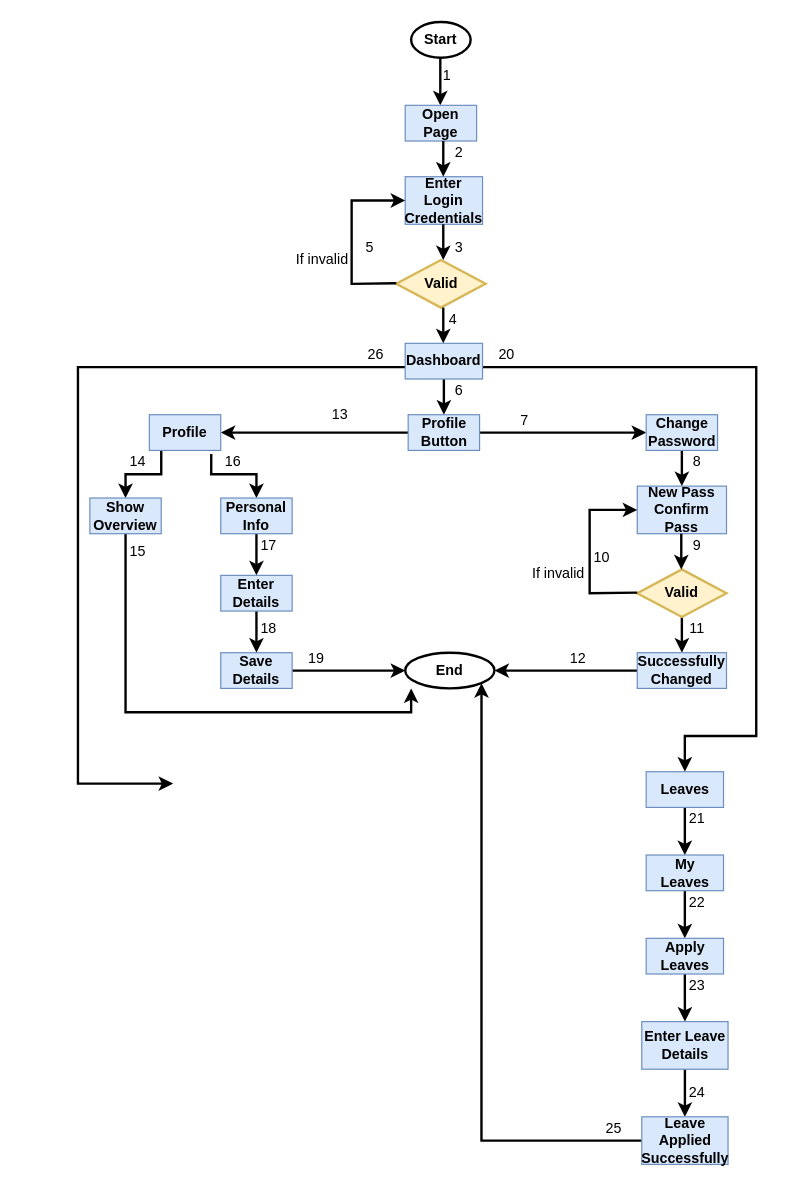
Before: Flowchart.drawio in RoohUllah993/Final-project, a draw.io diagram. Source tidied: cells renumbered, new cells numbered last; positions are measured from the earlier drawing's top-left corner, leaving out a move shared by most shapes. Both pictures are drawn from the tidied source at 119%, with x=0, y=0 at pixel (77, 21).
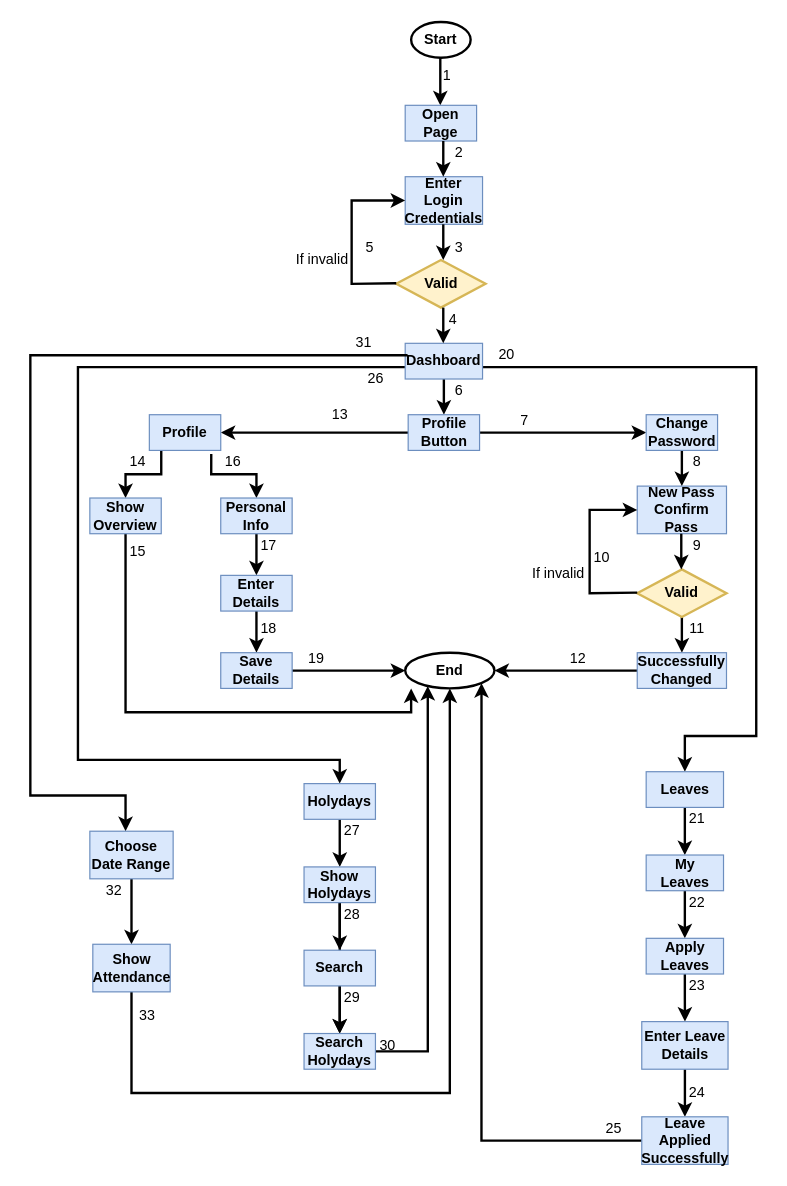
After the change.

The change refers to these unchanged cells:
```xml
<mxCell id="10" value="&lt;b&gt;Dashboard&lt;br&gt;&lt;/b&gt;" style="rounded=0;whiteSpace=wrap;html=1;fillColor=#dae8fc;strokeColor=#6c8ebf;" parent="1" vertex="1">
  <mxGeometry x="275" y="270" width="65" height="30" as="geometry" />
</mxCell>
<mxCell id="46" value="&lt;b&gt;End&lt;/b&gt;" style="strokeWidth=2;html=1;shape=mxgraph.flowchart.start_1;whiteSpace=wrap;" parent="1" vertex="1">
  <mxGeometry x="275" y="530" width="75" height="30" as="geometry" />
</mxCell>
```

What changed in the source:
```diff
@@
     <mxCell id="9" style="edgeStyle=orthogonalEdgeStyle;rounded=0;jettySize=auto;html=1;strokeWidth=2;" parent="1" edge="1" source="10">
       <mxGeometry relative="1" as="geometry">
-        <mxPoint x="80" y="640" as="targetPoint" />
+        <mxPoint x="220" y="640" as="targetPoint" />
         <Array as="points">
           <mxPoint y="290" />
+          <mxPoint y="620" />
+          <mxPoint x="220" y="620" />
         </Array>
       </mxGeometry>
     </mxCell>
@@
+    <mxCell id="77" style="edgeStyle=orthogonalEdgeStyle;rounded=0;jettySize=auto;html=1;strokeWidth=2;exitX=1.15;exitY=-0.133;exitDx=0;exitDy=0;exitPerimeter=0;" parent="1" edge="1" source="76">
+      <mxGeometry relative="1" as="geometry">
+        <mxPoint x="40" y="680" as="targetPoint" />
+        <Array as="points">
+          <mxPoint x="276" y="280" />
+          <mxPoint x="-40" y="280" />
+          <mxPoint x="-40" y="650" />
+          <mxPoint x="40" y="650" />
+        </Array>
+      </mxGeometry>
+    </mxCell>
     <mxCell id="76" value="26" style="text;html=1;align=center;verticalAlign=middle;points=[];strokeColor=none;fillColor=none;" parent="1" vertex="1">
-      <mxGeometry x="230" y="265" width="40" height="30" as="geometry" />
+      <mxGeometry x="230" y="285" width="40" height="30" as="geometry" />
     </mxCell>
+    <mxCell id="78" style="edgeStyle=orthogonalEdgeStyle;rounded=0;jettySize=auto;html=1;strokeWidth=2;" parent="1" edge="1" source="79" target="82">
+      <mxGeometry relative="1" as="geometry" />
+    </mxCell>
+    <mxCell id="79" value="&lt;b&gt;Holydays&lt;br&gt;&lt;/b&gt;" style="rounded=0;whiteSpace=wrap;html=1;fillColor=#dae8fc;strokeColor=#6c8ebf;" parent="1" vertex="1">
+      <mxGeometry x="190" y="640" width="60" height="30" as="geometry" />
+    </mxCell>
+    <mxCell id="80" style="edgeStyle=orthogonalEdgeStyle;rounded=0;jettySize=auto;html=1;strokeWidth=2;" parent="1" edge="1" source="82" target="84">
+      <mxGeometry relative="1" as="geometry" />
+    </mxCell>
+    <mxCell id="81" style="edgeStyle=orthogonalEdgeStyle;rounded=0;jettySize=auto;html=1;strokeWidth=2;" parent="1" edge="1" source="82" target="86">
+      <mxGeometry relative="1" as="geometry" />
+    </mxCell>
+    <mxCell id="82" value="&lt;b&gt;Show&lt;br&gt;Holydays&lt;br&gt;&lt;/b&gt;" style="rounded=0;whiteSpace=wrap;html=1;fillColor=#dae8fc;strokeColor=#6c8ebf;" parent="1" vertex="1">
+      <mxGeometry x="190" y="710" width="60" height="30" as="geometry" />
+    </mxCell>
+    <mxCell id="83" style="edgeStyle=orthogonalEdgeStyle;rounded=0;jettySize=auto;html=1;strokeWidth=2;" parent="1" edge="1" source="84" target="86">
+      <mxGeometry relative="1" as="geometry" />
+    </mxCell>
+    <mxCell id="84" value="&lt;b&gt;Search&lt;br&gt;&lt;/b&gt;" style="rounded=0;whiteSpace=wrap;html=1;fillColor=#dae8fc;strokeColor=#6c8ebf;" parent="1" vertex="1">
+      <mxGeometry x="190" y="780" width="60" height="30" as="geometry" />
+    </mxCell>
+    <mxCell id="85" style="edgeStyle=orthogonalEdgeStyle;rounded=0;jettySize=auto;html=1;strokeWidth=2;entryX=0.253;entryY=0.933;entryDx=0;entryDy=0;entryPerimeter=0;" parent="1" edge="1" source="86" target="46">
+      <mxGeometry relative="1" as="geometry" />
+    </mxCell>
+    <mxCell id="86" value="&lt;b&gt;Search&lt;br&gt;Holydays&lt;br&gt;&lt;/b&gt;" style="rounded=0;whiteSpace=wrap;html=1;fillColor=#dae8fc;strokeColor=#6c8ebf;" parent="1" vertex="1">
+      <mxGeometry x="190" y="850" width="60" height="30" as="geometry" />
+    </mxCell>
+    <mxCell id="87" value="27" style="text;html=1;align=center;verticalAlign=middle;strokeColor=none;fillColor=none;" parent="1" vertex="1">
+      <mxGeometry x="210" y="665" width="40" height="30" as="geometry" />
+    </mxCell>
+    <mxCell id="88" value="28" style="text;html=1;align=center;verticalAlign=middle;strokeColor=none;fillColor=none;" parent="1" vertex="1">
+      <mxGeometry x="210" y="735" width="40" height="30" as="geometry" />
+    </mxCell>
+    <mxCell id="89" value="29" style="text;html=1;align=center;verticalAlign=middle;strokeColor=none;fillColor=none;" parent="1" vertex="1">
+      <mxGeometry x="210" y="805" width="40" height="30" as="geometry" />
+    </mxCell>
+    <mxCell id="90" value="30" style="text;html=1;align=center;verticalAlign=middle;strokeColor=none;fillColor=none;" parent="1" vertex="1">
+      <mxGeometry x="240" y="845" width="40" height="30" as="geometry" />
+    </mxCell>
+    <mxCell id="91" style="edgeStyle=orthogonalEdgeStyle;rounded=0;jettySize=auto;html=1;strokeWidth=2;" parent="1" edge="1" source="92" target="94">
+      <mxGeometry relative="1" as="geometry" />
+    </mxCell>
+    <mxCell id="92" value="&lt;b&gt;Choose&lt;br&gt;Date Range&lt;br&gt;&lt;/b&gt;" style="rounded=0;whiteSpace=wrap;html=1;fillColor=#dae8fc;strokeColor=#6c8ebf;" parent="1" vertex="1">
+      <mxGeometry x="10" y="680" width="70" height="40" as="geometry" />
+    </mxCell>
+    <mxCell id="93" style="edgeStyle=orthogonalEdgeStyle;rounded=0;jettySize=auto;html=1;strokeWidth=2;entryX=0.5;entryY=1;entryDx=0;entryDy=0;entryPerimeter=0;" parent="1" edge="1" source="94" target="46">
+      <mxGeometry relative="1" as="geometry">
+        <Array as="points">
+          <mxPoint x="45" y="900" />
+          <mxPoint x="313" y="900" />
+        </Array>
+      </mxGeometry>
+    </mxCell>
+    <mxCell id="94" value="&lt;b&gt;Show Attendance&lt;br&gt;&lt;/b&gt;" style="rounded=0;whiteSpace=wrap;html=1;fillColor=#dae8fc;strokeColor=#6c8ebf;" parent="1" vertex="1">
+      <mxGeometry x="12.5" y="775" width="65" height="40" as="geometry" />
+    </mxCell>
+    <mxCell id="95" value="31" style="text;html=1;align=center;verticalAlign=middle;strokeColor=none;fillColor=none;" parent="1" vertex="1">
+      <mxGeometry x="220" y="255" width="40" height="30" as="geometry" />
+    </mxCell>
+    <mxCell id="96" value="32" style="text;html=1;align=center;verticalAlign=middle;strokeColor=none;fillColor=none;" parent="1" vertex="1">
+      <mxGeometry x="10" y="715" width="40" height="30" as="geometry" />
+    </mxCell>
+    <mxCell id="97" value="33" style="text;html=1;align=center;verticalAlign=middle;strokeColor=none;fillColor=none;" parent="1" vertex="1">
+      <mxGeometry x="37.5" y="820" width="40" height="30" as="geometry" />
+    </mxCell>
```
